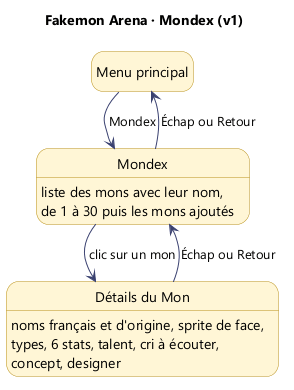
The PlantUML diagram docs/uml/mondex.png in OnerAliCan/fakemon-arena, before a commit.
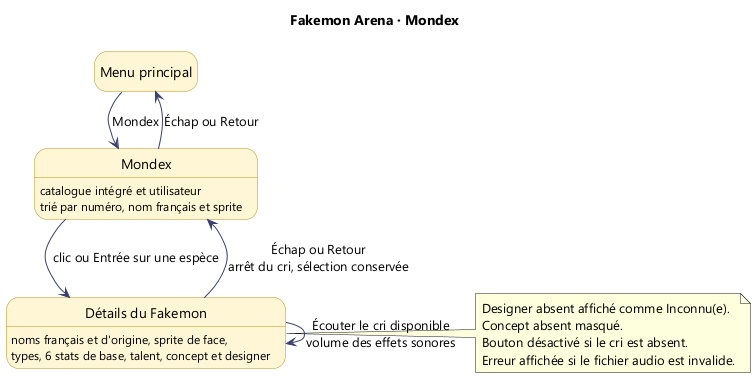
The same diagram one commit later.

The edit, as a diff of the source:
```diff
@@ -1,6 +1,6 @@
 @startuml mondex
 !pragma layout smetana
-title Fakemon Arena · Mondex (v1)
+title Fakemon Arena · Mondex
 skinparam defaultFontName Segoe UI
 skinparam state {
   BackgroundColor #FFF6D6
@@ -10,11 +10,19 @@
 hide empty description
 
 state "Menu principal" as Menu
-state "Mondex" as Mondex : liste des mons avec leur nom,\nde 1 à 30 puis les mons ajoutés
-state "Détails du Mon" as Details : noms français et d'origine, sprite de face,\ntypes, 6 stats, talent, cri à écouter,\nconcept, designer
+state "Mondex" as Mondex : catalogue intégré et utilisateur\ntrié par numéro, nom français et sprite
+state "Détails du Fakemon" as Details : noms français et d'origine, sprite de face,\ntypes, 6 stats de base, talent, concept et designer
 
 Menu --> Mondex : Mondex
-Mondex --> Details : clic sur un mon
-Details --> Mondex : Échap ou Retour
+Mondex --> Details : clic ou Entrée sur une espèce
+Details --> Details : Écouter le cri disponible\nvolume des effets sonores
+Details --> Mondex : Échap ou Retour\narrêt du cri, sélection conservée
 Mondex --> Menu : Échap ou Retour
+
+note right of Details
+  Designer absent affiché comme Inconnu(e).
+  Concept absent masqué.
+  Bouton désactivé si le cri est absent.
+  Erreur affichée si le fichier audio est invalide.
+end note
 @enduml
```
